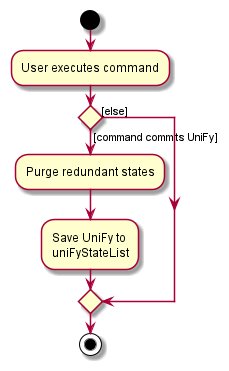
The PlantUML diagram docs/images/CommitActivityDiagram.png in nus-cs2103-AY2122S1/tp, before a commit. Source of this version:
```plantuml
@startuml
start
:User executes command;


if () then ([command commits UniFy])
    :Purge redundant states;
    :Save UniFy to
    uniFyStateList;
else ([else])
endif
stop
@enduml
```
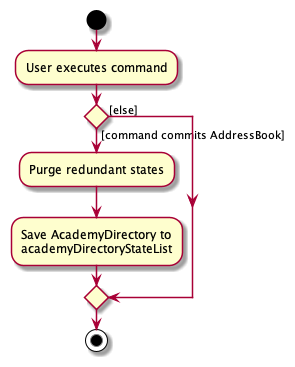
The same diagram one commit later.

Change to the diagram source:
```diff
@@ -3,10 +3,10 @@
 :User executes command;
 
 
-if () then ([command commits UniFy])
+if () then ([command commits AddressBook])
     :Purge redundant states;
-    :Save UniFy to
-    uniFyStateList;
+    :Save AcademyDirectory to
+    academyDirectoryStateList;
 else ([else])
 endif
 stop
```
